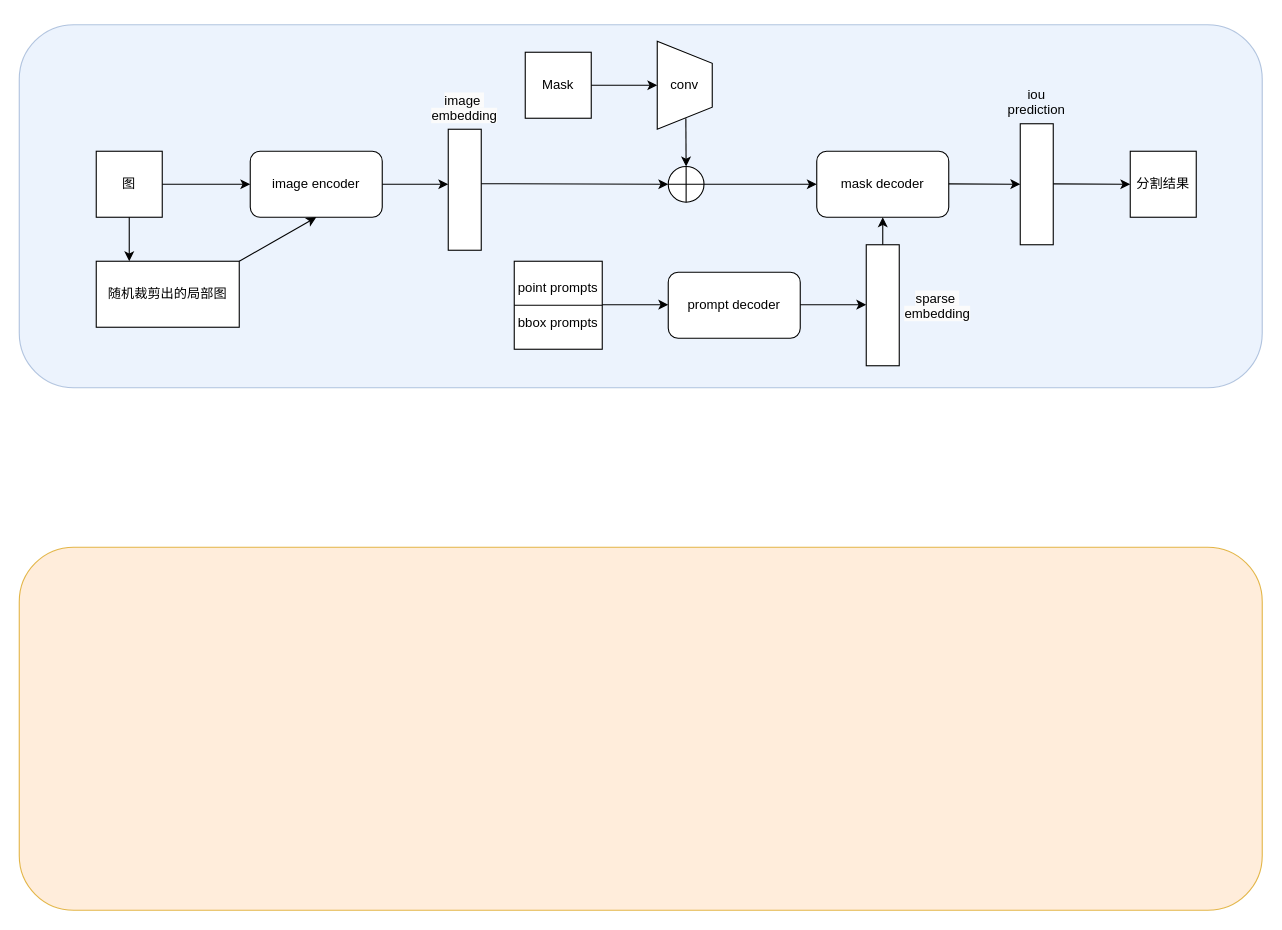
Above: SAM-Med2D_fair.drawio in FiveYuanWashingMachine/ml_toolset (draw.io), before the change. Source tidied: cells renumbered, new cells numbered last; positions are measured from the earlier drawing's top-left corner, leaving out a move shared by most shapes. Both pictures are drawn from the tidied source at 110%, with x=0, y=0 at pixel (19, 24).
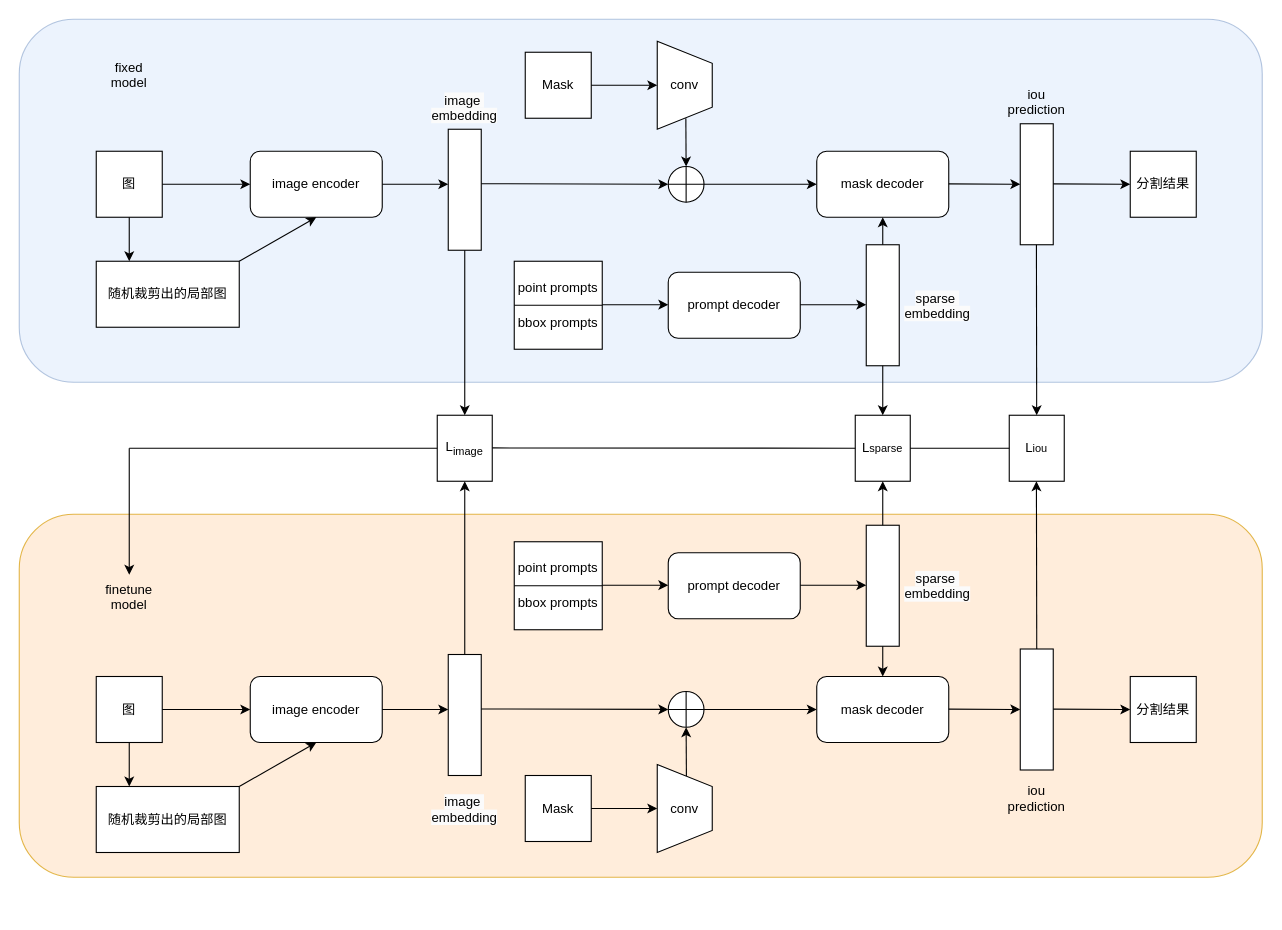
Above is the later version.

The change refers to these unchanged cells:
```xml
<mxCell id="11" style="rounded=0;whiteSpace=wrap;html=1;" parent="1" vertex="1">
  <mxGeometry x="390" y="95" width="30" height="110" as="geometry" />
</mxCell>
<mxCell id="19" style="rounded=0;whiteSpace=wrap;html=1;" parent="1" vertex="1">
  <mxGeometry x="770" y="200" width="30" height="110" as="geometry" />
</mxCell>
```

The edit, as a diff of the source:
```diff
@@
     <mxCell id="2" style="rounded=1;whiteSpace=wrap;html=1;labelBackgroundColor=none;textShadow=0;fillColor=#dae8fc;strokeColor=#6c8ebf;opacity=50;" parent="1" vertex="1">
-      <mxGeometry width="1130" height="330" as="geometry" />
+      <mxGeometry y="-5" width="1130" height="330" as="geometry" />
     </mxCell>
@@
     <mxCell id="4" style="rounded=1;whiteSpace=wrap;html=1;labelBackgroundColor=none;textShadow=0;fillColor=#ffe6cc;strokeColor=#d79b00;opacity=70;" parent="1" vertex="1">
-      <mxGeometry y="475" width="1130" height="330" as="geometry" />
+      <mxGeometry y="445" width="1130" height="330" as="geometry" />
     </mxCell>
@@
+    <mxCell id="36" value="图" style="rounded=0;whiteSpace=wrap;html=1;" parent="1" vertex="1">
+      <mxGeometry x="70" y="592.5" width="60" height="60" as="geometry" />
+    </mxCell>
+    <mxCell id="37" style="endArrow=classic;html=1;rounded=0;exitX=0.5;exitY=1;exitDx=0;exitDy=0;" parent="1" edge="1" source="36">
+      <mxGeometry relative="1" as="geometry">
+        <mxPoint x="100" y="692.5" as="targetPoint" />
+      </mxGeometry>
+    </mxCell>
+    <mxCell id="38" value="随机裁剪出的局部图" style="rounded=0;whiteSpace=wrap;html=1;" parent="1" vertex="1">
+      <mxGeometry x="70" y="692.5" width="130" height="60" as="geometry" />
+    </mxCell>
+    <mxCell id="39" style="endArrow=classic;html=1;rounded=0;exitX=1;exitY=0.5;exitDx=0;exitDy=0;" parent="1" edge="1" source="36">
+      <mxGeometry relative="1" as="geometry">
+        <mxPoint x="210" y="622.5" as="targetPoint" />
+      </mxGeometry>
+    </mxCell>
+    <mxCell id="40" value="image encoder" style="rounded=1;whiteSpace=wrap;html=1;" parent="1" vertex="1">
+      <mxGeometry x="210" y="592.5" width="120" height="60" as="geometry" />
+    </mxCell>
+    <mxCell id="41" style="endArrow=classic;html=1;rounded=0;exitX=1;exitY=0;exitDx=0;exitDy=0;entryX=0.5;entryY=1;entryDx=0;entryDy=0;" parent="1" edge="1" source="38" target="40">
+      <mxGeometry relative="1" as="geometry" />
+    </mxCell>
+    <mxCell id="42" style="endArrow=classic;html=1;rounded=0;exitX=1;exitY=0.5;exitDx=0;exitDy=0;" parent="1" edge="1" source="40">
+      <mxGeometry relative="1" as="geometry">
+        <mxPoint x="390" y="622.5" as="targetPoint" />
+      </mxGeometry>
+    </mxCell>
+    <mxCell id="43" style="rounded=0;whiteSpace=wrap;html=1;" parent="1" vertex="1">
+      <mxGeometry x="390" y="572.5" width="30" height="110" as="geometry" />
+    </mxCell>
+    <mxCell id="44" value="&lt;span style=&quot;color: rgb(0, 0, 0); font-family: Helvetica; font-size: 12px; font-style: normal; font-variant-ligatures: normal; font-variant-caps: normal; font-weight: 400; letter-spacing: normal; orphans: 2; text-indent: 0px; text-transform: none; widows: 2; word-spacing: 0px; -webkit-text-stroke-width: 0px; white-space: normal; background-color: rgb(251, 251, 251); text-decoration-thickness: initial; text-decoration-style: initial; text-decoration-color: initial; float: none; display: inline !important;&quot;&gt;image&amp;nbsp;&lt;/span&gt;&lt;div&gt;&lt;span style=&quot;color: rgb(0, 0, 0); font-family: Helvetica; font-size: 12px; font-style: normal; font-variant-ligatures: normal; font-variant-caps: normal; font-weight: 400; letter-spacing: normal; orphans: 2; text-indent: 0px; text-transform: none; widows: 2; word-spacing: 0px; -webkit-text-stroke-width: 0px; white-space: normal; background-color: rgb(251, 251, 251); text-decoration-thickness: initial; text-decoration-style: initial; text-decoration-color: initial; float: none; display: inline !important;&quot;&gt;embedding&lt;/span&gt;&lt;/div&gt;" style="text;whiteSpace=wrap;html=1;align=center;" parent="1" vertex="1">
+      <mxGeometry x="350" y="692.5" width="110" height="40" as="geometry" />
+    </mxCell>
+    <mxCell id="45" style="endArrow=classic;html=1;rounded=0;exitX=1;exitY=0.5;exitDx=0;exitDy=0;entryX=0;entryY=0.5;entryDx=0;entryDy=0;" parent="1" edge="1" target="53">
+      <mxGeometry relative="1" as="geometry">
+        <mxPoint x="420" y="622" as="sourcePoint" />
+      </mxGeometry>
+    </mxCell>
+    <mxCell id="46" value="point prompts&lt;div style=&quot;line-height: 140%;&quot;&gt;&lt;div style=&quot;line-height: 140%;&quot;&gt;&lt;br&gt;&lt;/div&gt;&lt;div style=&quot;line-height: 140%;&quot;&gt;bbox&amp;nbsp;&lt;span style=&quot;background-color: initial;&quot;&gt;prompts&lt;/span&gt;&lt;/div&gt;&lt;/div&gt;" style="whiteSpace=wrap;html=1;" parent="1" vertex="1">
+      <mxGeometry x="450" y="470" width="80" height="80" as="geometry" />
+    </mxCell>
+    <mxCell id="47" style="endArrow=none;html=1;rounded=0;exitX=0;exitY=0.5;exitDx=0;exitDy=0;entryX=1;entryY=0.5;entryDx=0;entryDy=0;" parent="1" edge="1" source="46" target="46">
+      <mxGeometry relative="1" as="geometry" />
+    </mxCell>
+    <mxCell id="48" style="endArrow=classic;html=1;rounded=0;exitX=1;exitY=0.5;exitDx=0;exitDy=0;" parent="1" edge="1">
+      <mxGeometry relative="1" as="geometry">
+        <mxPoint x="530" y="509.5" as="sourcePoint" />
+        <mxPoint x="590" y="509.5" as="targetPoint" />
+      </mxGeometry>
+    </mxCell>
+    <mxCell id="49" value="prompt decoder" style="rounded=1;whiteSpace=wrap;html=1;" parent="1" vertex="1">
+      <mxGeometry x="590" y="480" width="120" height="60" as="geometry" />
+    </mxCell>
+    <mxCell id="50" style="endArrow=classic;html=1;rounded=0;exitX=1;exitY=0.5;exitDx=0;exitDy=0;" parent="1" edge="1">
+      <mxGeometry relative="1" as="geometry">
+        <mxPoint x="710" y="509.5" as="sourcePoint" />
+        <mxPoint x="770" y="509.5" as="targetPoint" />
+      </mxGeometry>
+    </mxCell>
+    <mxCell id="51" style="rounded=0;whiteSpace=wrap;html=1;" parent="1" vertex="1">
+      <mxGeometry x="770" y="455" width="30" height="110" as="geometry" />
+    </mxCell>
+    <mxCell id="52" value="&lt;span style=&quot;color: rgb(0, 0, 0); font-family: Helvetica; font-size: 12px; font-style: normal; font-variant-ligatures: normal; font-variant-caps: normal; font-weight: 400; letter-spacing: normal; orphans: 2; text-indent: 0px; text-transform: none; widows: 2; word-spacing: 0px; -webkit-text-stroke-width: 0px; white-space: normal; background-color: rgb(251, 251, 251); text-decoration-thickness: initial; text-decoration-style: initial; text-decoration-color: initial; float: none; display: inline !important;&quot;&gt;sparse&amp;nbsp;&lt;/span&gt;&lt;div&gt;&lt;span style=&quot;color: rgb(0, 0, 0); font-family: Helvetica; font-size: 12px; font-style: normal; font-variant-ligatures: normal; font-variant-caps: normal; font-weight: 400; letter-spacing: normal; orphans: 2; text-indent: 0px; text-transform: none; widows: 2; word-spacing: 0px; -webkit-text-stroke-width: 0px; white-space: normal; background-color: rgb(251, 251, 251); text-decoration-thickness: initial; text-decoration-style: initial; text-decoration-color: initial; float: none; display: inline !important;&quot;&gt;embedding&lt;/span&gt;&lt;/div&gt;" style="text;whiteSpace=wrap;html=1;align=center;" parent="1" vertex="1">
+      <mxGeometry x="780" y="490" width="110" height="40" as="geometry" />
+    </mxCell>
+    <mxCell id="53" style="ellipse;whiteSpace=wrap;html=1;" parent="1" vertex="1">
+      <mxGeometry x="590" y="606.2" width="32.5" height="32.5" as="geometry" />
+    </mxCell>
+    <mxCell id="54" style="endArrow=none;html=1;rounded=0;entryX=0.5;entryY=0;entryDx=0;entryDy=0;exitX=0.5;exitY=1;exitDx=0;exitDy=0;" parent="1" edge="1" source="53" target="53">
+      <mxGeometry relative="1" as="geometry" />
+    </mxCell>
+    <mxCell id="55" value="Mask" style="rounded=0;whiteSpace=wrap;html=1;" parent="1" vertex="1">
+      <mxGeometry x="460" y="682.5" width="60" height="60" as="geometry" />
+    </mxCell>
+    <mxCell id="56" style="endArrow=classic;html=1;rounded=0;exitX=1;exitY=0.5;exitDx=0;exitDy=0;" parent="1" edge="1" source="55">
+      <mxGeometry relative="1" as="geometry">
+        <mxPoint x="580" y="712.5" as="targetPoint" />
+      </mxGeometry>
+    </mxCell>
+    <mxCell id="57" value="conv" style="shape=trapezoid;perimeter=trapezoidPerimeter;whiteSpace=wrap;html=1;fixedSize=1;direction=south;" parent="1" vertex="1">
+      <mxGeometry x="580" y="672.5" width="50" height="80" as="geometry" />
+    </mxCell>
+    <mxCell id="58" style="endArrow=classic;html=1;rounded=0;entryX=0.5;entryY=1;entryDx=0;entryDy=0;" parent="1" edge="1" target="53">
+      <mxGeometry relative="1" as="geometry">
+        <mxPoint x="606.5" y="683" as="sourcePoint" />
+      </mxGeometry>
+    </mxCell>
+    <mxCell id="59" style="endArrow=none;html=1;rounded=0;entryX=0;entryY=0.5;entryDx=0;entryDy=0;exitX=1;exitY=0.5;exitDx=0;exitDy=0;" parent="1" edge="1" source="53" target="53">
+      <mxGeometry relative="1" as="geometry" />
+    </mxCell>
+    <mxCell id="60" style="endArrow=classic;html=1;rounded=0;exitX=1;exitY=0.5;exitDx=0;exitDy=0;entryX=0;entryY=0.5;entryDx=0;entryDy=0;" parent="1" edge="1" source="53" target="61">
+      <mxGeometry relative="1" as="geometry" />
+    </mxCell>
+    <mxCell id="61" value="mask decoder" style="rounded=1;whiteSpace=wrap;html=1;" parent="1" vertex="1">
+      <mxGeometry x="725" y="592.5" width="120" height="60" as="geometry" />
+    </mxCell>
+    <mxCell id="62" style="endArrow=classic;html=1;rounded=0;exitX=0.5;exitY=1;exitDx=0;exitDy=0;" parent="1" edge="1" source="51" target="61">
+      <mxGeometry relative="1" as="geometry" />
+    </mxCell>
+    <mxCell id="63" style="endArrow=classic;html=1;rounded=0;exitX=1;exitY=0.5;exitDx=0;exitDy=0;entryX=0;entryY=0.5;entryDx=0;entryDy=0;" parent="1" edge="1" target="64">
+      <mxGeometry relative="1" as="geometry">
+        <mxPoint x="845" y="622.2" as="sourcePoint" />
+      </mxGeometry>
+    </mxCell>
+    <mxCell id="64" style="rounded=0;whiteSpace=wrap;html=1;" parent="1" vertex="1">
+      <mxGeometry x="910" y="567.5" width="30" height="110" as="geometry" />
+    </mxCell>
+    <mxCell id="65" value="iou&lt;div&gt;prediction&lt;/div&gt;" style="text;whiteSpace=wrap;html=1;align=center;" parent="1" vertex="1">
+      <mxGeometry x="870" y="682.5" width="110" height="40" as="geometry" />
+    </mxCell>
+    <mxCell id="66" style="endArrow=classic;html=1;rounded=0;exitX=1;exitY=0.5;exitDx=0;exitDy=0;entryX=0;entryY=0.5;entryDx=0;entryDy=0;" parent="1" edge="1" target="67">
+      <mxGeometry relative="1" as="geometry">
+        <mxPoint x="940" y="622.2" as="sourcePoint" />
+      </mxGeometry>
+    </mxCell>
+    <mxCell id="67" value="分割结果" style="rounded=0;whiteSpace=wrap;html=1;" parent="1" vertex="1">
+      <mxGeometry x="1010" y="592.5" width="60" height="60" as="geometry" />
+    </mxCell>
+    <mxCell id="68" value="L&lt;sub&gt;image&lt;/sub&gt;" style="rounded=0;whiteSpace=wrap;html=1;" parent="1" vertex="1">
+      <mxGeometry x="380" y="355" width="50" height="60" as="geometry" />
+    </mxCell>
+    <mxCell id="69" value="L&lt;span style=&quot;font-size: 10px;&quot;&gt;sparse&lt;/span&gt;" style="rounded=0;whiteSpace=wrap;html=1;" parent="1" vertex="1">
+      <mxGeometry x="760" y="355" width="50" height="60" as="geometry" />
+    </mxCell>
+    <mxCell id="70" style="endArrow=classic;html=1;rounded=0;entryX=0.5;entryY=0;entryDx=0;entryDy=0;exitX=0.5;exitY=1;exitDx=0;exitDy=0;" parent="1" edge="1" source="11" target="68">
+      <mxGeometry relative="1" as="geometry" />
+    </mxCell>
+    <mxCell id="71" style="endArrow=classic;html=1;rounded=0;entryX=0.5;entryY=1;entryDx=0;entryDy=0;exitX=0.5;exitY=0;exitDx=0;exitDy=0;" parent="1" edge="1" source="43" target="68">
+      <mxGeometry relative="1" as="geometry" />
+    </mxCell>
+    <mxCell id="72" style="endArrow=classic;html=1;rounded=0;exitX=0.5;exitY=1;exitDx=0;exitDy=0;entryX=0.5;entryY=0;entryDx=0;entryDy=0;" parent="1" edge="1" source="19" target="69">
+      <mxGeometry relative="1" as="geometry" />
+    </mxCell>
+    <mxCell id="73" style="endArrow=classic;html=1;rounded=0;exitX=0.5;exitY=0;exitDx=0;exitDy=0;entryX=0.5;entryY=1;entryDx=0;entryDy=0;" parent="1" edge="1" source="51" target="69">
+      <mxGeometry relative="1" as="geometry" />
+    </mxCell>
+    <mxCell id="74" value="L&lt;span style=&quot;font-size: 10px;&quot;&gt;iou&lt;/span&gt;" style="rounded=0;whiteSpace=wrap;html=1;" parent="1" vertex="1">
+      <mxGeometry x="900" y="355" width="50" height="60" as="geometry" />
+    </mxCell>
+    <mxCell id="75" style="endArrow=classic;html=1;rounded=0;exitX=0.5;exitY=1;exitDx=0;exitDy=0;" parent="1" edge="1" target="74">
+      <mxGeometry relative="1" as="geometry">
+        <mxPoint x="924.7" y="200" as="sourcePoint" />
+      </mxGeometry>
+    </mxCell>
+    <mxCell id="76" style="endArrow=classic;html=1;rounded=0;exitX=0.5;exitY=0;exitDx=0;exitDy=0;entryX=0.5;entryY=1;entryDx=0;entryDy=0;" parent="1" edge="1" source="64">
+      <mxGeometry relative="1" as="geometry">
+        <mxPoint x="924.7" y="415" as="targetPoint" />
+      </mxGeometry>
+    </mxCell>
+    <mxCell id="77" style="endArrow=none;html=1;rounded=0;entryX=0;entryY=0.5;entryDx=0;entryDy=0;exitX=1;exitY=0.5;exitDx=0;exitDy=0;" parent="1" edge="1" source="69" target="74">
+      <mxGeometry relative="1" as="geometry" />
+    </mxCell>
+    <mxCell id="78" style="endArrow=none;html=1;rounded=0;entryX=0;entryY=0.5;entryDx=0;entryDy=0;exitX=1;exitY=0.5;exitDx=0;exitDy=0;" parent="1" edge="1" target="69">
+      <mxGeometry relative="1" as="geometry">
+        <mxPoint x="430" y="384.7" as="sourcePoint" />
+      </mxGeometry>
+    </mxCell>
+    <mxCell id="79" style="endArrow=none;html=1;rounded=0;exitX=0;exitY=0.5;exitDx=0;exitDy=0;" parent="1" edge="1" source="68">
+      <mxGeometry relative="1" as="geometry">
+        <mxPoint x="100" y="385" as="targetPoint" />
+      </mxGeometry>
+    </mxCell>
+    <mxCell id="80" style="endArrow=classic;html=1;rounded=0;entryX=0.5;entryY=0;entryDx=0;entryDy=0;" parent="1" edge="1" target="81">
+      <mxGeometry relative="1" as="geometry">
+        <mxPoint x="100" y="385" as="sourcePoint" />
+      </mxGeometry>
+    </mxCell>
+    <mxCell id="81" value="finetune&lt;div&gt;model&lt;/div&gt;" style="text;whiteSpace=wrap;html=1;align=center;" parent="1" vertex="1">
+      <mxGeometry x="45" y="500" width="110" height="40" as="geometry" />
+    </mxCell>
+    <mxCell id="82" value="fixed&lt;div&gt;model&lt;/div&gt;" style="text;whiteSpace=wrap;html=1;align=center;" parent="1" vertex="1">
+      <mxGeometry x="45" y="25" width="110" height="40" as="geometry" />
+    </mxCell>
```
